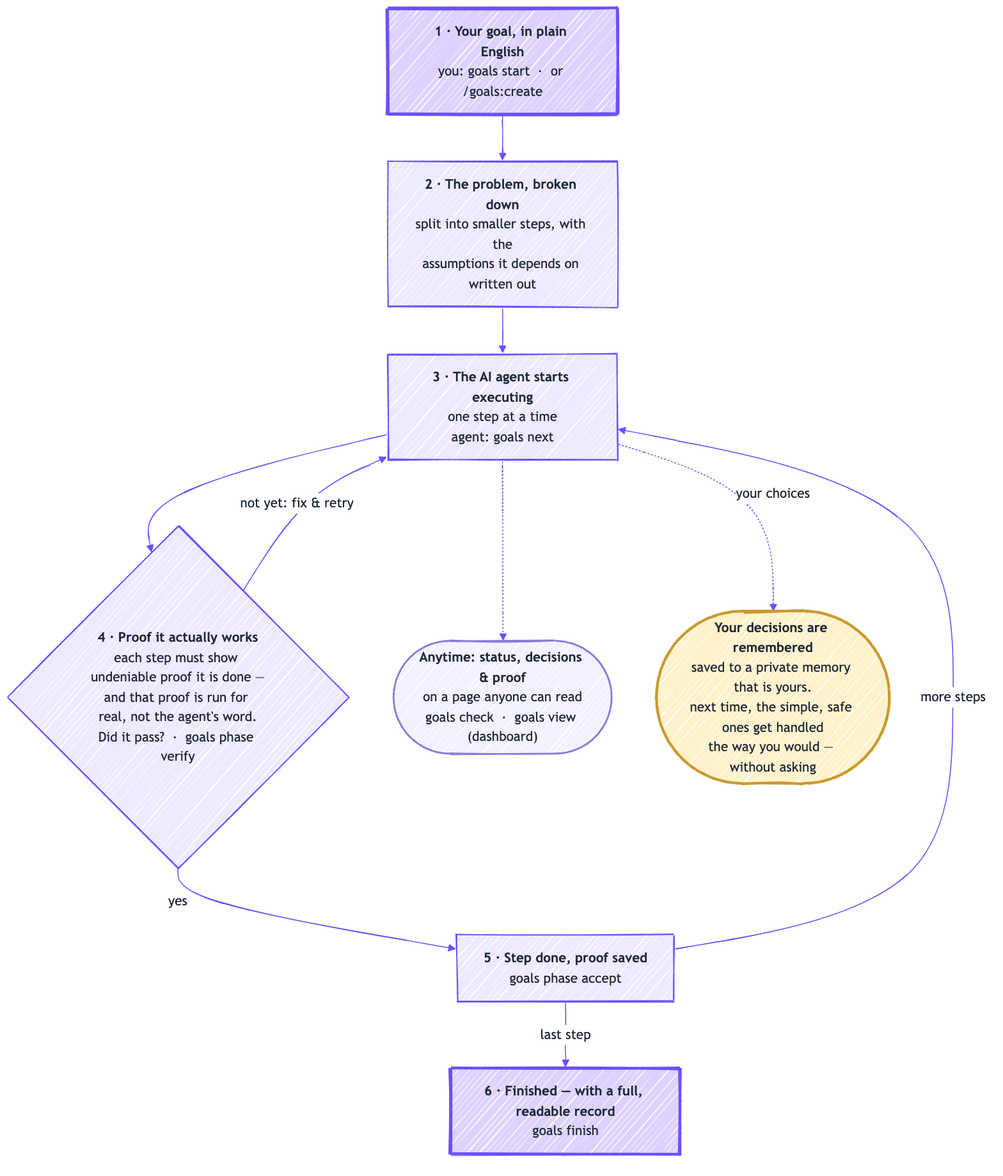
The Mermaid diagram docs/assets/lifecycle.png in ShivamGupta42/goals, before a commit. Its source is kept beside it as docs/assets/lifecycle.mmd.
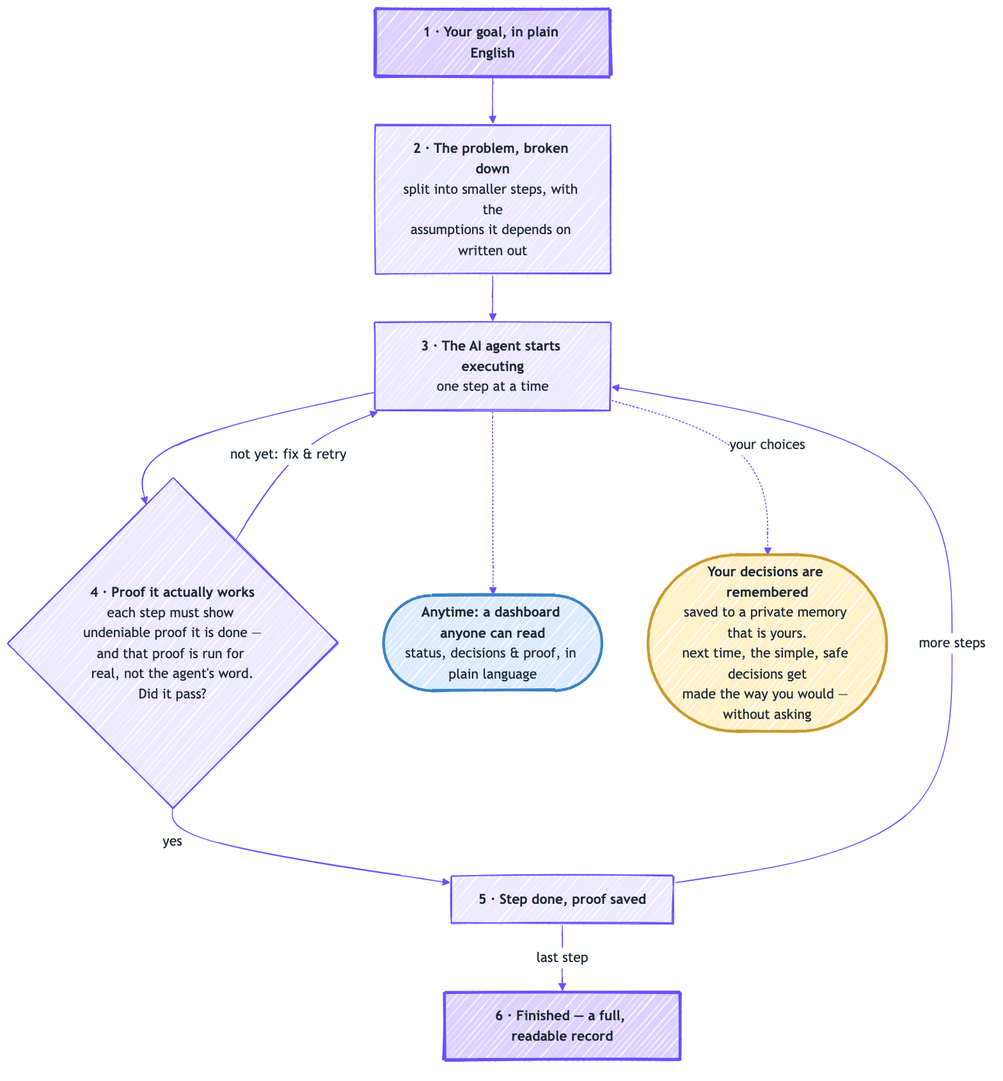
The same diagram one commit later.

Commit message:
docs: strip command hints from lifecycle diagram; distinct dashboard + clearer memory (#39)

- Remove the goals CLI command hints from every box (they read as noise for a
  non-technical viewer); the caption no longer promises "the command behind it".
- Give the dashboard its own colour (blue) so it's distinct from the purple
  steps and the gold memory node.
- Memory node now says the simple, safe *decisions* get made the way you would,
  so it's clear what gets handled.
- Regenerated lifecycle.png and updated the README alt text.

What changed in the source:
```diff
@@ -11,14 +11,14 @@
     fontSize: "15px"
 ---
 flowchart TD
-    A["<b>1 · Your goal, in plain English</b><br/>you: goals start  ·  or /goals:create"]
+    A["<b>1 · Your goal, in plain English</b>"]
     B["<b>2 · The problem, broken down</b><br/>split into smaller steps, with the<br/>assumptions it depends on written out"]
-    C["<b>3 · The AI agent starts executing</b><br/>one step at a time<br/>agent: goals next"]
-    D{"<b>4 · Proof it actually works</b><br/>each step must show undeniable proof it is done —<br/>and that proof is run for real, not the agent's word.<br/>Did it pass?  ·  goals phase verify"}
-    E["<b>5 · Step done, proof saved</b><br/>goals phase accept"]
-    F["<b>6 · Finished — with a full, readable record</b><br/>goals finish"]
-    DASH(["<b>Anytime: status, decisions &amp; proof</b><br/>on a page anyone can read<br/>goals check  ·  goals view (dashboard)"])
-    MEM(["<b>Your decisions are remembered</b><br/>saved to a private memory that is yours.<br/>next time, the simple, safe ones get handled<br/>the way you would — without asking"])
+    C["<b>3 · The AI agent starts executing</b><br/>one step at a time"]
+    D{"<b>4 · Proof it actually works</b><br/>each step must show undeniable proof it is done —<br/>and that proof is run for real, not the agent's word.<br/>Did it pass?"}
+    E["<b>5 · Step done, proof saved</b>"]
+    F["<b>6 · Finished — a full, readable record</b>"]
+    DASH(["<b>Anytime: a dashboard anyone can read</b><br/>status, decisions &amp; proof, in plain language"])
+    MEM(["<b>Your decisions are remembered</b><br/>saved to a private memory that is yours.<br/>next time, the simple, safe decisions get<br/>made the way you would — without asking"])
 
     A --> B --> C --> D
     D -- "not yet: fix &amp; retry" --> C
@@ -29,7 +29,7 @@
     C -. "your choices" .-> MEM
 
     classDef youstep fill:#DDD2FF,stroke:#6B50FF,stroke-width:3px,color:#1F2937;
-    classDef look fill:#F3F0FF,stroke:#8A7BD8,stroke-width:2px,color:#1F2937;
+    classDef look fill:#DCEBFF,stroke:#3B82C4,stroke-width:3px,color:#1F2937;
     classDef mem fill:#FFF1C9,stroke:#C99A2E,stroke-width:3px,color:#1F2937;
     class A,F youstep;
     class DASH look;
```
